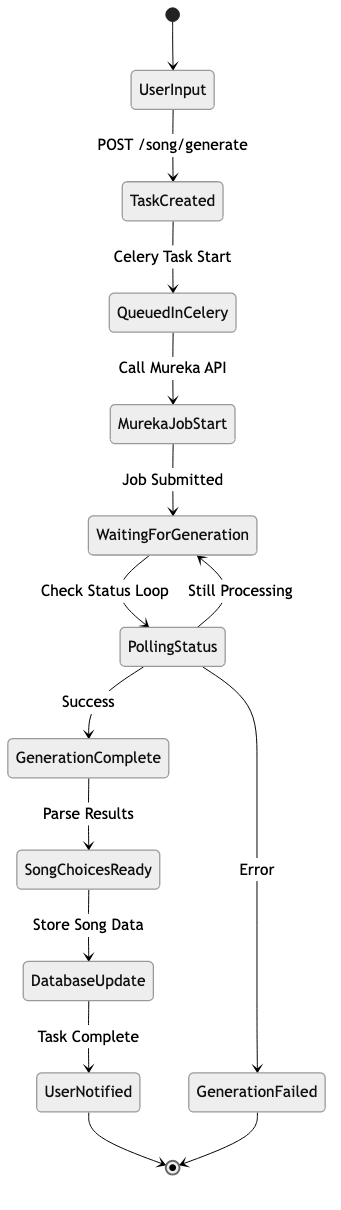
Earlier version of the Mermaid export docs/arch42/images/10.1_song_generierung_workflow.png (rwellinger/aiproxy). Its source is kept beside it as docs/arch42/10.1_song_generierung_workflow.mmd. The source it was exported from:
```mermaid
stateDiagram-v2
    [*] --> UserInput
    UserInput --> TaskCreated : POST /song/generate
    TaskCreated --> QueuedInCelery : Celery Task Start
    QueuedInCelery --> MurekaJobStart : Call Mureka API
    MurekaJobStart --> WaitingForGeneration : Job Submitted
    WaitingForGeneration --> PollingStatus : Check Status Loop
    PollingStatus --> WaitingForGeneration : Still Processing
    PollingStatus --> GenerationComplete : Success
    PollingStatus --> GenerationFailed : Error
    GenerationComplete --> SongChoicesReady : Parse Results
    SongChoicesReady --> DatabaseUpdate : Store Song Data
    DatabaseUpdate --> UserNotified : Task Complete
    UserNotified --> [*]
    GenerationFailed --> [*]
```
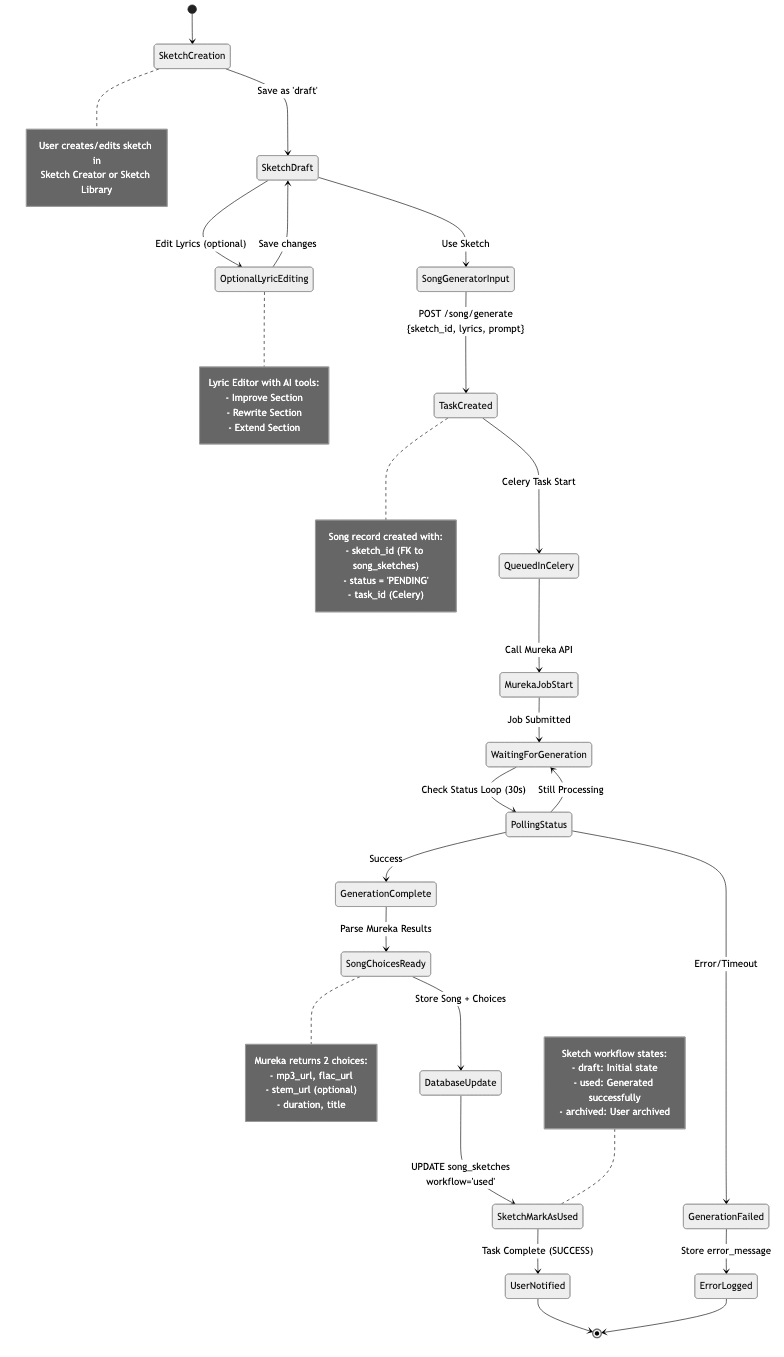
Above is the later version.

The edit, as a diff of the source:
```diff
@@ -1,15 +1,62 @@
 stateDiagram-v2
-    [*] --> UserInput
-    UserInput --> TaskCreated : POST /song/generate
+    [*] --> SketchCreation
+
+    note right of SketchCreation
+        User creates/edits sketch in
+        Sketch Creator or Sketch Library
+    end note
+
+    SketchCreation --> SketchDraft : Save as 'draft'
+    SketchDraft --> OptionalLyricEditing : Edit Lyrics (optional)
+    SketchDraft --> SongGeneratorInput : Use Sketch
+
+    OptionalLyricEditing --> SketchDraft : Save changes
+
+    note right of OptionalLyricEditing
+        Lyric Editor with AI tools:
+        - Improve Section
+        - Rewrite Section
+        - Extend Section
+    end note
+
+    SongGeneratorInput --> TaskCreated : POST /song/generate<br/>{sketch_id, lyrics, prompt}
+
+    note right of TaskCreated
+        Song record created with:
+        - sketch_id (FK to song_sketches)
+        - status = 'PENDING'
+        - task_id (Celery)
+    end note
+
     TaskCreated --> QueuedInCelery : Celery Task Start
     QueuedInCelery --> MurekaJobStart : Call Mureka API
     MurekaJobStart --> WaitingForGeneration : Job Submitted
-    WaitingForGeneration --> PollingStatus : Check Status Loop
+
+    WaitingForGeneration --> PollingStatus : Check Status Loop (30s)
     PollingStatus --> WaitingForGeneration : Still Processing
     PollingStatus --> GenerationComplete : Success
-    PollingStatus --> GenerationFailed : Error
-    GenerationComplete --> SongChoicesReady : Parse Results
-    SongChoicesReady --> DatabaseUpdate : Store Song Data
-    DatabaseUpdate --> UserNotified : Task Complete
+    PollingStatus --> GenerationFailed : Error/Timeout
+
+    GenerationComplete --> SongChoicesReady : Parse Mureka Results
+
+    note right of SongChoicesReady
+        Mureka returns 2 choices:
+        - mp3_url, flac_url
+        - stem_url (optional)
+        - duration, title
+    end note
+
+    SongChoicesReady --> DatabaseUpdate : Store Song + Choices
+    DatabaseUpdate --> SketchMarkAsUsed : UPDATE song_sketches<br/>workflow='used'
+    SketchMarkAsUsed --> UserNotified : Task Complete (SUCCESS)
     UserNotified --> [*]
-    GenerationFailed --> [*]
+
+    GenerationFailed --> ErrorLogged : Store error_message
+    ErrorLogged --> [*]
+
+    note left of SketchMarkAsUsed
+        Sketch workflow states:
+        - draft: Initial state
+        - used: Generated successfully
+        - archived: User archived
+    end note
```
